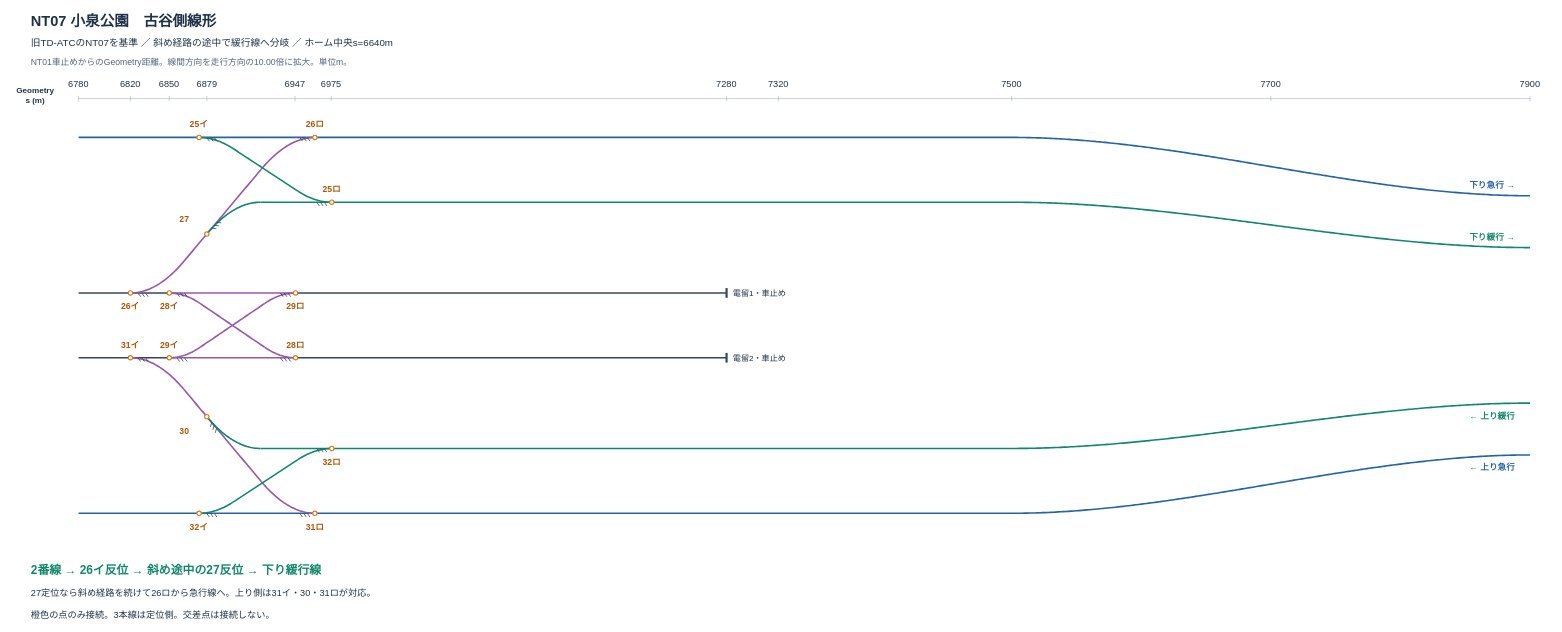
This is page "NT07 02 古谷側拡大" (2 of 2) of Documentation/Track/NtLine/Alignment/NT07/NT07線形図.drawio from neko3141592/Nakatetsu, a draw.io file, before an edit. Source tidied: cells renumbered, new cells numbered last; positions are measured from the earlier drawing's top-left corner, leaving out a move shared by most shapes. Both pictures are drawn from the tidied source at 54%, with x=0, y=0 at pixel (9, 9).
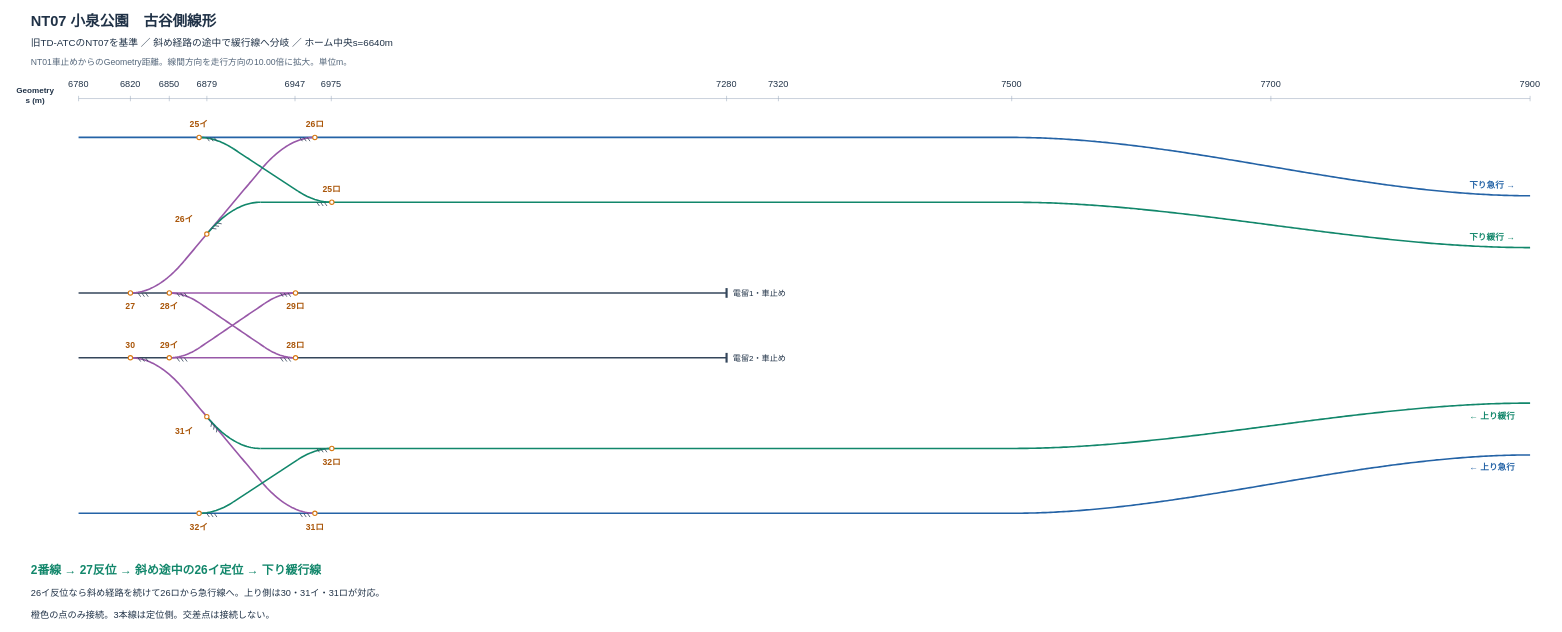
After the change.

The edit, as a diff of the source:
```diff
@@
-    <mxCell id="64" value="26イ" style="text;html=0;whiteSpace=wrap;overflow=hidden;strokeColor=none;fillColor=none;align=center;verticalAlign=middle;fontFamily=Hiragino Sans;fontColor=#aa570b;fontSize=16;fontStyle=1;" parent="1" vertex="1">
+    <mxCell id="64" value="27" style="text;html=0;whiteSpace=wrap;overflow=hidden;strokeColor=none;fillColor=none;align=center;verticalAlign=middle;fontFamily=Hiragino Sans;fontColor=#aa570b;fontSize=16;fontStyle=1;" parent="1" vertex="1">
       <mxGeometry x="196" y="535" width="56" height="29" as="geometry" />
     </mxCell>
@@
-    <mxCell id="79" value="27" style="text;html=0;whiteSpace=wrap;overflow=hidden;strokeColor=none;fillColor=none;align=center;verticalAlign=middle;fontFamily=Hiragino Sans;fontColor=#aa570b;fontSize=16;fontStyle=1;" parent="1" vertex="1">
+    <mxCell id="79" value="26イ" style="text;html=0;whiteSpace=wrap;overflow=hidden;strokeColor=none;fillColor=none;align=center;verticalAlign=middle;fontFamily=Hiragino Sans;fontColor=#aa570b;fontSize=16;fontStyle=1;" parent="1" vertex="1">
       <mxGeometry x="295.5" y="374.9" width="56" height="29" as="geometry" />
     </mxCell>
     <mxCell id="80" style="edgeStyle=none;rounded=0;html=0;startArrow=none;endArrow=none;strokeColor=#34465b;strokeWidth=1.5;" parent="1" edge="1">
       <mxGeometry relative="1" as="geometry">
-        <mxPoint x="374.5" y="405.2" as="sourcePoint" />
-        <mxPoint x="383.1" y="405.8" as="targetPoint" />
+        <mxPoint x="374.7" y="405.4" as="sourcePoint" />
+        <mxPoint x="383.3" y="406.5" as="targetPoint" />
       </mxGeometry>
     </mxCell>
     <mxCell id="81" style="edgeStyle=none;rounded=0;html=0;startArrow=none;endArrow=none;strokeColor=#34465b;strokeWidth=1.5;" parent="1" edge="1">
       <mxGeometry relative="1" as="geometry">
-        <mxPoint x="379" y="399.8" as="sourcePoint" />
-        <mxPoint x="387.6" y="400.5" as="targetPoint" />
+        <mxPoint x="379.6" y="400.3" as="sourcePoint" />
+        <mxPoint x="388.1" y="401.6" as="targetPoint" />
       </mxGeometry>
     </mxCell>
     <mxCell id="82" style="edgeStyle=none;rounded=0;html=0;startArrow=none;endArrow=none;strokeColor=#34465b;strokeWidth=1.5;" parent="1" edge="1">
       <mxGeometry relative="1" as="geometry">
-        <mxPoint x="383.5" y="394.5" as="sourcePoint" />
-        <mxPoint x="392.1" y="395.1" as="targetPoint" />
+        <mxPoint x="384.6" y="395.4" as="sourcePoint" />
+        <mxPoint x="393" y="397" as="targetPoint" />
       </mxGeometry>
     </mxCell>
@@
-    <mxCell id="89" value="31イ" style="text;html=0;whiteSpace=wrap;overflow=hidden;strokeColor=none;fillColor=none;align=center;verticalAlign=middle;fontFamily=Hiragino Sans;fontColor=#aa570b;fontSize=16;fontStyle=1;" parent="1" vertex="1">
+    <mxCell id="89" value="30" style="text;html=0;whiteSpace=wrap;overflow=hidden;strokeColor=none;fillColor=none;align=center;verticalAlign=middle;fontFamily=Hiragino Sans;fontColor=#aa570b;fontSize=16;fontStyle=1;" parent="1" vertex="1">
       <mxGeometry x="196" y="606" width="56" height="29" as="geometry" />
     </mxCell>
@@
-    <mxCell id="104" value="30" style="text;html=0;whiteSpace=wrap;overflow=hidden;strokeColor=none;fillColor=none;align=center;verticalAlign=middle;fontFamily=Hiragino Sans;fontColor=#aa570b;fontSize=16;fontStyle=1;" parent="1" vertex="1">
+    <mxCell id="104" value="31イ" style="text;html=0;whiteSpace=wrap;overflow=hidden;strokeColor=none;fillColor=none;align=center;verticalAlign=middle;fontFamily=Hiragino Sans;fontColor=#aa570b;fontSize=16;fontStyle=1;" parent="1" vertex="1">
       <mxGeometry x="295.5" y="765.1" width="56" height="29" as="geometry" />
     </mxCell>
     <mxCell id="105" style="edgeStyle=none;rounded=0;html=0;startArrow=none;endArrow=none;strokeColor=#34465b;strokeWidth=1.5;" parent="1" edge="1">
       <mxGeometry relative="1" as="geometry">
-        <mxPoint x="374.5" y="764.8" as="sourcePoint" />
-        <mxPoint x="372.3" y="773.2" as="targetPoint" />
+        <mxPoint x="374.7" y="764.6" as="sourcePoint" />
+        <mxPoint x="373" y="773" as="targetPoint" />
       </mxGeometry>
     </mxCell>
     <mxCell id="106" style="edgeStyle=none;rounded=0;html=0;startArrow=none;endArrow=none;strokeColor=#34465b;strokeWidth=1.5;" parent="1" edge="1">
       <mxGeometry relative="1" as="geometry">
-        <mxPoint x="379" y="770.2" as="sourcePoint" />
-        <mxPoint x="376.8" y="778.5" as="targetPoint" />
+        <mxPoint x="379.6" y="769.7" as="sourcePoint" />
+        <mxPoint x="378" y="778.1" as="targetPoint" />
       </mxGeometry>
     </mxCell>
     <mxCell id="107" style="edgeStyle=none;rounded=0;html=0;startArrow=none;endArrow=none;strokeColor=#34465b;strokeWidth=1.5;" parent="1" edge="1">
       <mxGeometry relative="1" as="geometry">
-        <mxPoint x="383.5" y="775.5" as="sourcePoint" />
-        <mxPoint x="381.3" y="783.9" as="targetPoint" />
+        <mxPoint x="384.6" y="774.6" as="sourcePoint" />
+        <mxPoint x="383.3" y="783.1" as="targetPoint" />
       </mxGeometry>
     </mxCell>
@@
-    <mxCell id="141" value="2番線 → 26イ反位 → 斜め途中の27反位 → 下り緩行線" style="text;html=0;whiteSpace=wrap;overflow=hidden;strokeColor=none;fillColor=none;align=left;verticalAlign=middle;fontFamily=Hiragino Sans;fontColor=#12876b;fontSize=22;fontStyle=1;" parent="1" vertex="1">
+    <mxCell id="141" value="2番線 → 27反位 → 斜め途中の26イ定位 → 下り緩行線" style="text;html=0;whiteSpace=wrap;overflow=hidden;strokeColor=none;fillColor=none;align=left;verticalAlign=middle;fontFamily=Hiragino Sans;fontColor=#12876b;fontSize=22;fontStyle=1;" parent="1" vertex="1">
       <mxGeometry x="38" y="1020" width="1570" height="38" as="geometry" />
     </mxCell>
-    <mxCell id="142" value="27定位なら斜め経路を続けて26ロから急行線へ。上り側は31イ・30・31ロが対応。" style="text;html=0;whiteSpace=wrap;overflow=hidden;strokeColor=none;fillColor=none;align=left;verticalAlign=middle;fontFamily=Hiragino Sans;fontColor=#203247;fontSize=17;fontStyle=0;" parent="1" vertex="1">
+    <mxCell id="142" value="26イ反位なら斜め経路を続けて26ロから急行線へ。上り側は30・31イ・31ロが対応。" style="text;html=0;whiteSpace=wrap;overflow=hidden;strokeColor=none;fillColor=none;align=left;verticalAlign=middle;fontFamily=Hiragino Sans;fontColor=#203247;fontSize=17;fontStyle=0;" parent="1" vertex="1">
       <mxGeometry x="38" y="1067" width="1570" height="30" as="geometry" />
     </mxCell>
```
